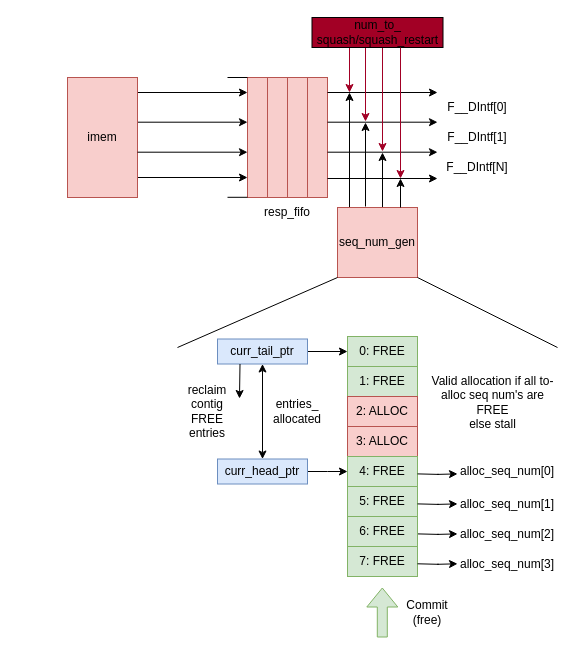
The draw.io diagram docs/units/img/FetchUnitL5.drawio in cornell-brg/blimp, before the edit. Source tidied: cells renumbered, new cells numbered last; positions are measured from the earlier drawing's top-left corner, leaving out a move shared by most shapes. Both pictures are drawn from the tidied source at 100%, with x=0, y=0 at pixel (67, 17).
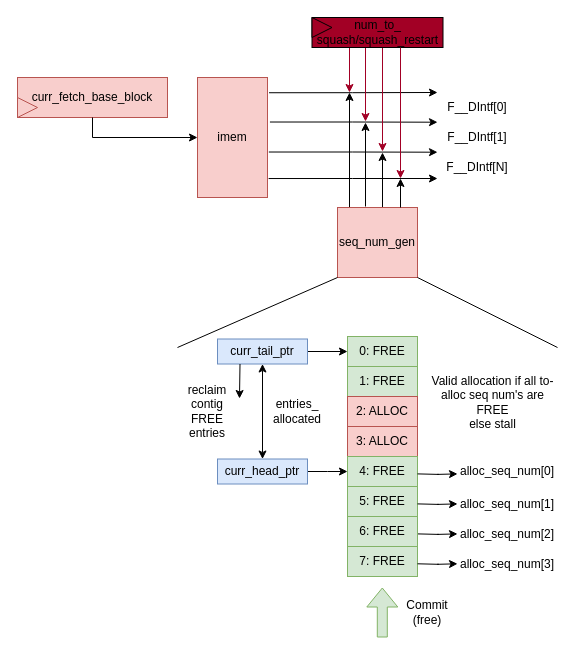
Above is the later version.

What changed in the source:
```diff
@@
-    <mxCell id="2" style="edgeStyle=orthogonalEdgeStyle;rounded=0;orthogonalLoop=1;jettySize=auto;html=1;exitX=1;exitY=0.25;exitDx=0;exitDy=0;entryX=0;entryY=0.25;entryDx=0;entryDy=0;" parent="1" edge="1">
-      <mxGeometry relative="1" as="geometry">
-        <mxPoint x="70" y="75" as="sourcePoint" />
-        <mxPoint x="180" y="75" as="targetPoint" />
-      </mxGeometry>
-    </mxCell>
-    <mxCell id="3" style="edgeStyle=orthogonalEdgeStyle;rounded=0;orthogonalLoop=1;jettySize=auto;html=1;exitX=1;exitY=0.5;exitDx=0;exitDy=0;entryX=0;entryY=0.5;entryDx=0;entryDy=0;" parent="1" edge="1">
-      <mxGeometry relative="1" as="geometry">
-        <mxPoint x="70" y="104.7" as="sourcePoint" />
-        <mxPoint x="180" y="104.7" as="targetPoint" />
-      </mxGeometry>
-    </mxCell>
-    <mxCell id="4" style="edgeStyle=orthogonalEdgeStyle;rounded=0;orthogonalLoop=1;jettySize=auto;html=1;exitX=1;exitY=0.75;exitDx=0;exitDy=0;entryX=0;entryY=0.75;entryDx=0;entryDy=0;" parent="1" edge="1">
-      <mxGeometry relative="1" as="geometry">
-        <mxPoint x="70" y="160" as="sourcePoint" />
-        <mxPoint x="180" y="160" as="targetPoint" />
-      </mxGeometry>
-    </mxCell>
     <mxCell id="5" value="imem" style="rounded=0;whiteSpace=wrap;html=1;fillColor=#f8cecc;strokeColor=#b85450;" parent="1" vertex="1">
-      <mxGeometry y="60" width="70" height="120" as="geometry" />
+      <mxGeometry x="130" y="60" width="70" height="120" as="geometry" />
     </mxCell>
-    <mxCell id="6" style="rounded=0;whiteSpace=wrap;html=1;fillColor=#f8cecc;strokeColor=#b85450;" parent="1" vertex="1">
-      <mxGeometry x="180" y="60" width="20" height="120" as="geometry" />
-    </mxCell>
-    <mxCell id="7" style="rounded=0;whiteSpace=wrap;html=1;fillColor=#f8cecc;strokeColor=#b85450;" parent="1" vertex="1">
-      <mxGeometry x="200" y="60" width="20" height="120" as="geometry" />
-    </mxCell>
-    <mxCell id="8" style="rounded=0;whiteSpace=wrap;html=1;fillColor=#f8cecc;strokeColor=#b85450;" parent="1" vertex="1">
-      <mxGeometry x="220" y="60" width="20" height="120" as="geometry" />
-    </mxCell>
-    <mxCell id="9" style="rounded=0;whiteSpace=wrap;html=1;fillColor=#f8cecc;strokeColor=#b85450;" parent="1" vertex="1">
-      <mxGeometry x="240" y="60" width="20" height="120" as="geometry" />
-    </mxCell>
-    <mxCell id="10" value="resp_fifo" style="text;html=1;whiteSpace=wrap;strokeColor=none;fillColor=none;align=center;verticalAlign=middle;rounded=0;" parent="1" vertex="1">
-      <mxGeometry x="190" y="180" width="60" height="30" as="geometry" />
-    </mxCell>
-    <mxCell id="11" style="edgeStyle=orthogonalEdgeStyle;rounded=0;orthogonalLoop=1;jettySize=auto;html=1;exitX=1;exitY=0.25;exitDx=0;exitDy=0;entryX=0;entryY=0.25;entryDx=0;entryDy=0;" parent="1" edge="1">
+    <mxCell id="11" style="edgeStyle=orthogonalEdgeStyle;rounded=0;jettySize=auto;html=1;exitX=1.022;exitY=0.127;exitDx=0;exitDy=0;entryX=0;entryY=0.25;entryDx=0;entryDy=0;exitPerimeter=0;" parent="1" edge="1" source="5">
       <mxGeometry relative="1" as="geometry">
-        <mxPoint x="260" y="75" as="sourcePoint" />
         <mxPoint x="370" y="75" as="targetPoint" />
       </mxGeometry>
     </mxCell>
-    <mxCell id="12" style="edgeStyle=orthogonalEdgeStyle;rounded=0;orthogonalLoop=1;jettySize=auto;html=1;exitX=1;exitY=0.25;exitDx=0;exitDy=0;entryX=0;entryY=0.25;entryDx=0;entryDy=0;" parent="1" edge="1">
+    <mxCell id="12" style="edgeStyle=orthogonalEdgeStyle;rounded=0;jettySize=auto;html=1;entryX=0;entryY=0.25;entryDx=0;entryDy=0;exitX=1.035;exitY=0.371;exitDx=0;exitDy=0;exitPerimeter=0;" parent="1" edge="1" source="5">
       <mxGeometry relative="1" as="geometry">
-        <mxPoint x="260" y="104.7" as="sourcePoint" />
         <mxPoint x="370" y="104.7" as="targetPoint" />
       </mxGeometry>
     </mxCell>
-    <mxCell id="13" style="edgeStyle=orthogonalEdgeStyle;rounded=0;orthogonalLoop=1;jettySize=auto;html=1;exitX=1;exitY=0.25;exitDx=0;exitDy=0;entryX=0;entryY=0.25;entryDx=0;entryDy=0;" parent="1" edge="1">
+    <mxCell id="13" style="edgeStyle=orthogonalEdgeStyle;rounded=0;jettySize=auto;html=1;exitX=1.019;exitY=0.621;exitDx=0;exitDy=0;entryX=0;entryY=0.25;entryDx=0;entryDy=0;exitPerimeter=0;" parent="1" edge="1" source="5">
       <mxGeometry relative="1" as="geometry">
-        <mxPoint x="260" y="134.7" as="sourcePoint" />
         <mxPoint x="370" y="134.7" as="targetPoint" />
       </mxGeometry>
     </mxCell>
@@
-    <mxCell id="25" style="endArrow=none;html=1;rounded=0;entryX=0;entryY=0;entryDx=0;entryDy=0;" parent="1" edge="1" target="6">
-      <mxGeometry relative="1" as="geometry">
-        <mxPoint x="160" y="60" as="sourcePoint" />
-      </mxGeometry>
-    </mxCell>
-    <mxCell id="26" style="endArrow=none;html=1;rounded=0;entryX=0;entryY=0;entryDx=0;entryDy=0;" parent="1" edge="1">
-      <mxGeometry relative="1" as="geometry">
-        <mxPoint x="160" y="179.8" as="sourcePoint" />
-        <mxPoint x="180" y="179.8" as="targetPoint" />
-      </mxGeometry>
-    </mxCell>
@@
-    <mxCell id="43" style="edgeStyle=orthogonalEdgeStyle;rounded=0;orthogonalLoop=1;jettySize=auto;html=1;exitX=1;exitY=0.75;exitDx=0;exitDy=0;entryX=0;entryY=0.75;entryDx=0;entryDy=0;" parent="1" edge="1">
-      <mxGeometry relative="1" as="geometry">
-        <mxPoint x="70" y="134.7" as="sourcePoint" />
-        <mxPoint x="180" y="134.7" as="targetPoint" />
-      </mxGeometry>
-    </mxCell>
-    <mxCell id="44" style="edgeStyle=orthogonalEdgeStyle;rounded=0;orthogonalLoop=1;jettySize=auto;html=1;exitX=1;exitY=0.25;exitDx=0;exitDy=0;entryX=0;entryY=0.25;entryDx=0;entryDy=0;" parent="1" edge="1">
+    <mxCell id="44" style="edgeStyle=orthogonalEdgeStyle;rounded=0;jettySize=auto;html=1;exitX=1.016;exitY=0.842;exitDx=0;exitDy=0;entryX=0;entryY=0.25;entryDx=0;entryDy=0;exitPerimeter=0;" parent="1" edge="1" source="5">
       <mxGeometry relative="1" as="geometry">
-        <mxPoint x="260" y="161" as="sourcePoint" />
         <mxPoint x="370" y="161" as="targetPoint" />
       </mxGeometry>
     </mxCell>
@@
+    <mxCell id="60" style="group;" parent="1" vertex="1">
+      <mxGeometry x="-50" y="60" width="150" height="40" as="geometry" />
+    </mxCell>
+    <mxCell id="61" value="curr_fetch_base_block" style="rounded=0;whiteSpace=wrap;html=1;fillColor=#f8cecc;strokeColor=#b85450;" parent="60" vertex="1">
+      <mxGeometry width="150" height="40" as="geometry" />
+    </mxCell>
+    <mxCell id="62" style="triangle;whiteSpace=wrap;html=1;fillColor=#f8cecc;strokeColor=#b85450;" parent="60" vertex="1">
+      <mxGeometry y="20" width="20" height="20" as="geometry" />
+    </mxCell>
+    <mxCell id="63" style="edgeStyle=orthogonalEdgeStyle;rounded=0;jettySize=auto;html=1;entryX=0;entryY=0.5;entryDx=0;entryDy=0;" parent="1" edge="1" source="61" target="5">
+      <mxGeometry relative="1" as="geometry">
+        <Array as="points">
+          <mxPoint x="25" y="120" />
+        </Array>
+      </mxGeometry>
+    </mxCell>
+    <mxCell id="64" style="triangle;whiteSpace=wrap;html=1;fillColor=#A20025;strokeColor=#000000;" parent="1" vertex="1">
+      <mxGeometry x="244.5" width="20" height="20" as="geometry" />
+    </mxCell>
```
